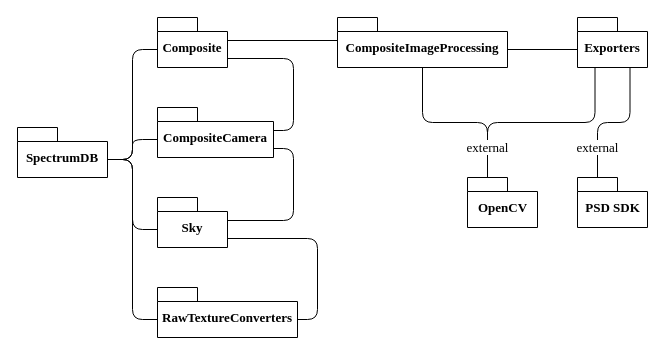
The draw.io diagram page "Component Diagram" (8 of 8) of Docs/Class diagrams.drawio in SpatiumOwl/ComplexSky-2.0, before the edit. Source tidied: cells renumbered, new cells numbered last; positions are measured from the earlier drawing's top-left corner, leaving out a move shared by most shapes. Both pictures are drawn from the tidied source at 100%, with x=0, y=0 at pixel (17, 17).
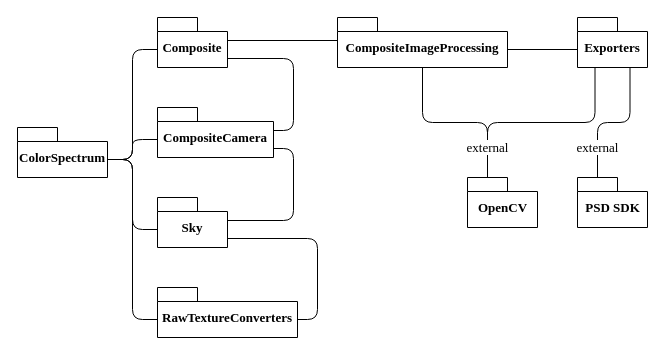
The same diagram, later.

Commit message (it also covers changes not shown here):
Component diagram: name of SpectrumDB to ColorSpectrum

What changed in the source:
```diff
@@
-    <mxCell id="12" value="SpectrumDB" style="shape=folder;fontStyle=1;spacingTop=10;tabWidth=40;tabHeight=14;tabPosition=left;html=1;whiteSpace=wrap;fontFamily=Times New Roman;fontSize=13;" parent="1" vertex="1">
+    <mxCell id="12" value="ColorSpectrum" style="shape=folder;fontStyle=1;spacingTop=10;tabWidth=40;tabHeight=14;tabPosition=left;html=1;whiteSpace=wrap;fontFamily=Times New Roman;fontSize=13;" parent="1" vertex="1">
       <mxGeometry y="110" width="90" height="50" as="geometry" />
     </mxCell>
```
